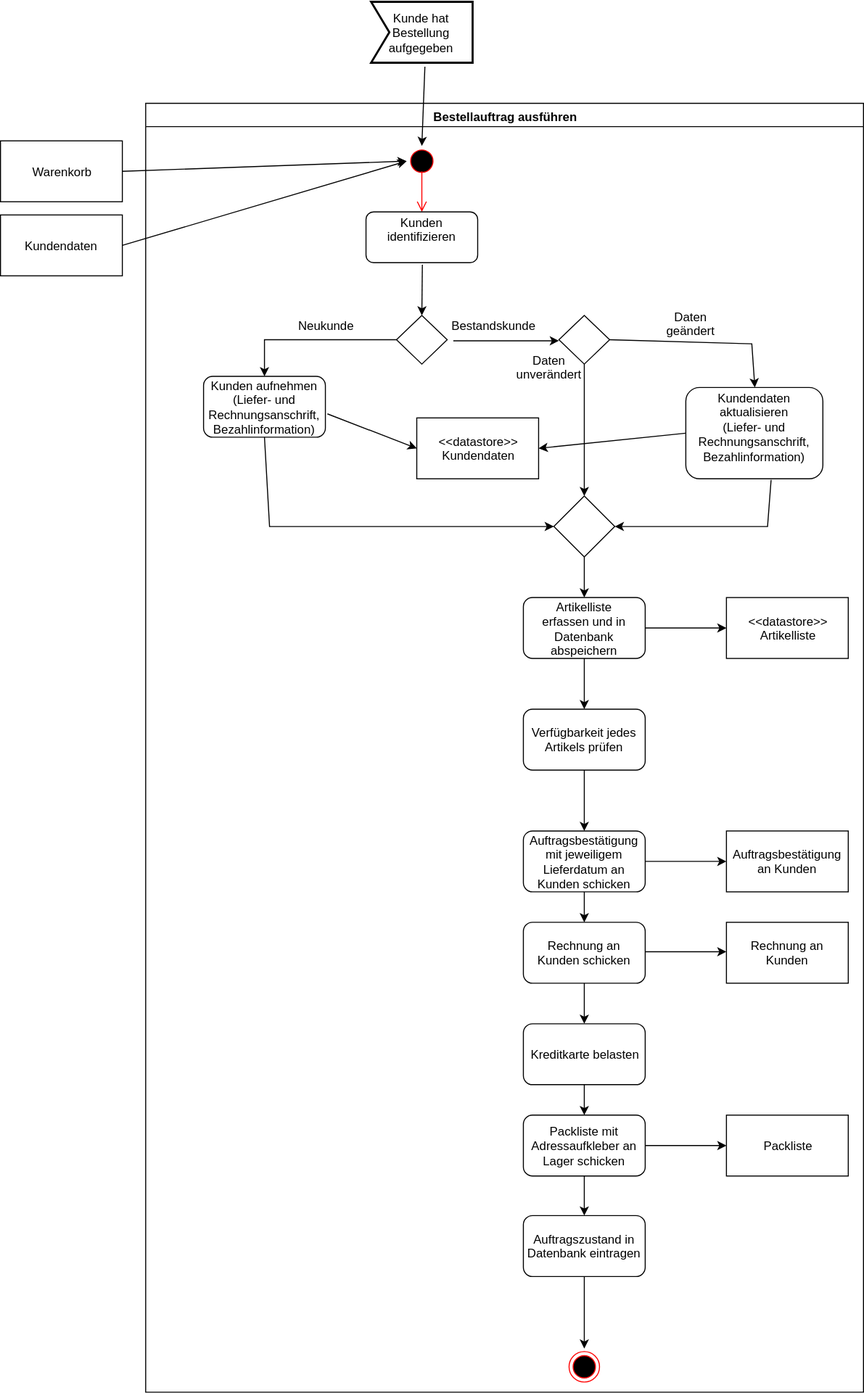
Above: UML/Uebungsblatt02/Aufgabe6/Aufgabe6.svg in sweIhm-ws2018-19/skillproject-fr-31 (draw.io), before the change. Source tidied: cells renumbered, new cells last; positions are measured from the earlier drawing's top-left corner, leaving out a move shared by most shapes.
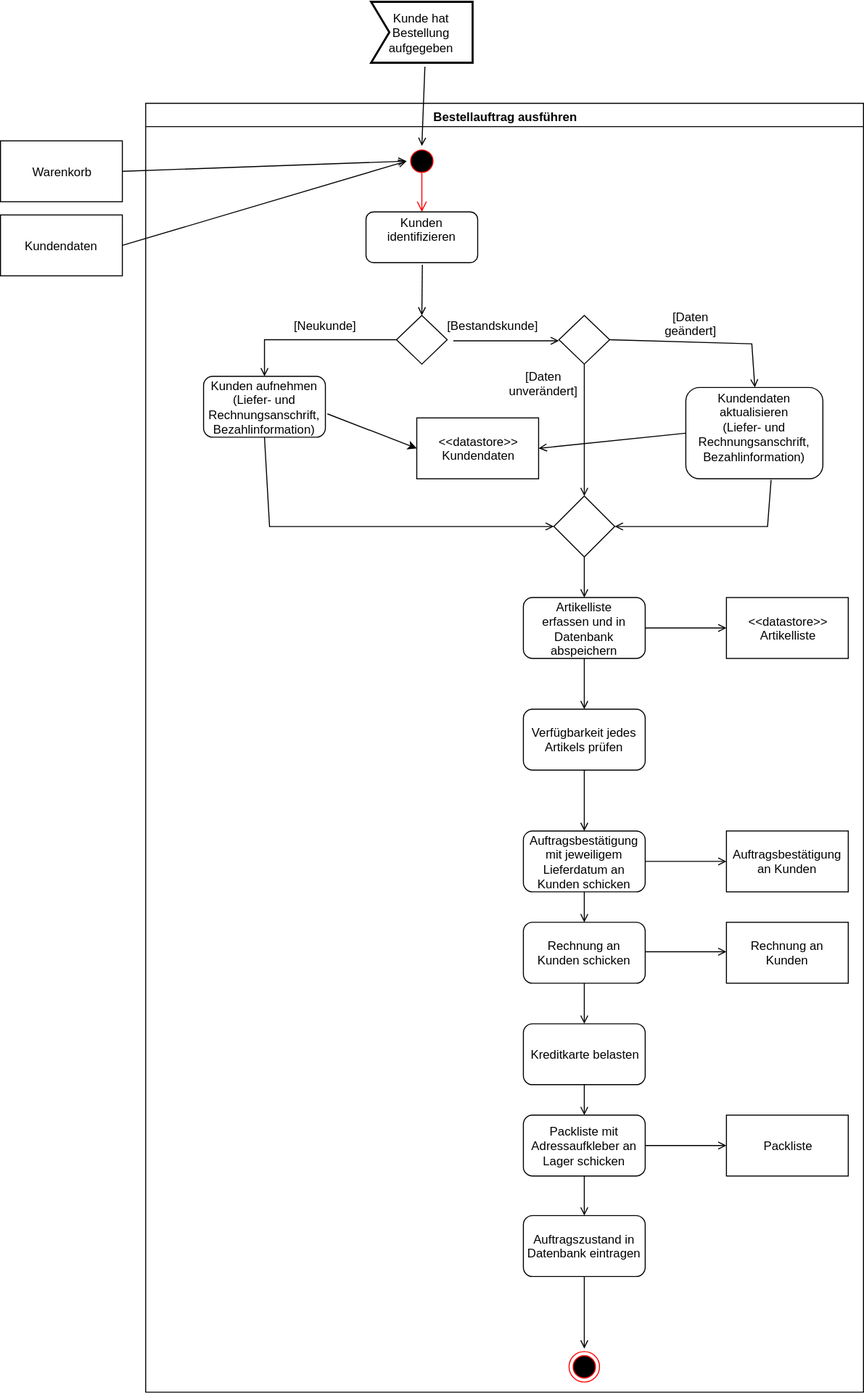
The same file after the commit.

What changed in the source:
```diff
@@ -16,7 +16,7 @@
     <mxCell id="5" value="Kunden &#10;identifizieren&#10;" style="rounded=1;" parent="2" vertex="1">
       <mxGeometry x="217" y="107" width="110" height="50" as="geometry" />
     </mxCell>
-    <mxCell id="6" style="endArrow=classic;html=1;entryX=0.5;entryY=0;" parent="2" edge="1" target="7">
+    <mxCell id="6" style="endArrow=open;html=1;entryX=0.5;entryY=0;endFill=0;" parent="2" edge="1" target="7">
       <mxGeometry relative="1" as="geometry">
         <mxPoint x="272.5" y="159" as="sourcePoint" />
       </mxGeometry>
@@ -24,10 +24,10 @@
     <mxCell id="7" style="rhombus;whiteSpace=wrap;html=1;rounded=0;" parent="2" vertex="1">
       <mxGeometry x="247" y="209" width="50" height="48" as="geometry" />
     </mxCell>
-    <mxCell id="8" value="Neukunde&lt;br&gt;" style="text;html=1;strokeColor=none;fillColor=none;align=center;verticalAlign=middle;whiteSpace=wrap;rounded=0;" parent="2" vertex="1">
+    <mxCell id="8" value="[Neukunde]&lt;br&gt;" style="text;html=1;strokeColor=none;fillColor=none;align=center;verticalAlign=middle;whiteSpace=wrap;rounded=0;" parent="2" vertex="1">
       <mxGeometry x="157" y="209" width="40" height="20" as="geometry" />
     </mxCell>
-    <mxCell id="9" style="endArrow=classic;html=1;exitX=0;exitY=0.5;rounded=0;entryX=0.5;entryY=0;entryPerimeter=0;" parent="2" edge="1" source="7" target="10">
+    <mxCell id="9" style="endArrow=open;html=1;exitX=0;exitY=0.5;rounded=0;entryX=0.5;entryY=0;entryPerimeter=0;endFill=0;" parent="2" edge="1" source="7" target="10">
       <mxGeometry relative="1" as="geometry">
         <Array as="points">
           <mxPoint x="117" y="233" />
@@ -37,7 +37,7 @@
     <mxCell id="10" value="Kunden aufnehmen&lt;br&gt;(&lt;span&gt;Liefer- und Rechnungsanschrift,&lt;/span&gt;&lt;div&gt;Bezahlinformation)&lt;/div&gt;" style="rounded=1;whiteSpace=wrap;html=1;" parent="2" vertex="1">
       <mxGeometry x="57" y="269" width="120" height="60" as="geometry" />
     </mxCell>
-    <mxCell id="11" value="Bestandskunde&lt;br&gt;" style="text;html=1;strokeColor=none;fillColor=none;align=center;verticalAlign=middle;whiteSpace=wrap;rounded=0;" parent="2" vertex="1">
+    <mxCell id="11" value="[Bestandskunde]&lt;br&gt;" style="text;html=1;strokeColor=none;fillColor=none;align=center;verticalAlign=middle;whiteSpace=wrap;rounded=0;" parent="2" vertex="1">
       <mxGeometry x="307" y="209" width="70" height="20" as="geometry" />
     </mxCell>
     <mxCell id="12" value="Kundendaten&lt;br&gt;aktualisieren&lt;br&gt;(&lt;span&gt;Liefer- und Rechnungsanschrift,&lt;/span&gt;&lt;div&gt;Bezahlinformation)&lt;/div&gt;&lt;div&gt;&lt;br&gt;&lt;/div&gt;" style="rounded=1;whiteSpace=wrap;html=1;" parent="2" vertex="1">
@@ -46,19 +46,19 @@
     <mxCell id="13" style="rhombus;whiteSpace=wrap;html=1;rounded=0;" parent="2" vertex="1">
       <mxGeometry x="407" y="209" width="50" height="48" as="geometry" />
     </mxCell>
-    <mxCell id="14" style="endArrow=classic;html=1;strokeColor=#000000;" parent="2" edge="1">
+    <mxCell id="14" style="endArrow=open;html=1;strokeColor=#000000;endFill=0;" parent="2" edge="1">
       <mxGeometry relative="1" as="geometry">
         <mxPoint x="303" y="234" as="sourcePoint" />
         <mxPoint x="407" y="234" as="targetPoint" />
       </mxGeometry>
     </mxCell>
-    <mxCell id="15" style="endArrow=classic;html=1;strokeColor=#000000;exitX=0.5;exitY=1;entryX=0.5;entryY=0;" parent="2" edge="1" source="13" target="18">
+    <mxCell id="15" style="endArrow=open;html=1;strokeColor=#000000;exitX=0.5;exitY=1;entryX=0.5;entryY=0;endFill=0;" parent="2" edge="1" source="13" target="18">
       <mxGeometry relative="1" as="geometry" />
     </mxCell>
-    <mxCell id="16" value="Daten unverändert&lt;br&gt;&lt;br&gt;" style="text;html=1;strokeColor=none;fillColor=none;align=center;verticalAlign=middle;whiteSpace=wrap;rounded=0;" parent="2" vertex="1">
-      <mxGeometry x="377" y="257" width="40" height="20" as="geometry" />
+    <mxCell id="16" value="[Daten unverändert]&lt;br&gt;&lt;br&gt;" style="text;html=1;strokeColor=none;fillColor=none;align=center;verticalAlign=middle;whiteSpace=wrap;rounded=0;" parent="2" vertex="1">
+      <mxGeometry x="372" y="273" width="40" height="20" as="geometry" />
     </mxCell>
-    <mxCell id="17" style="endArrow=classic;html=1;strokeColor=#000000;exitX=1;exitY=0.5;rounded=0;entryX=0.5;entryY=0;" parent="2" edge="1" source="13" target="12">
+    <mxCell id="17" style="endArrow=open;html=1;strokeColor=#000000;exitX=1;exitY=0.5;rounded=0;entryX=0.5;entryY=0;endFill=0;" parent="2" edge="1" source="13" target="12">
       <mxGeometry relative="1" as="geometry">
         <Array as="points">
           <mxPoint x="597" y="237" />
@@ -68,54 +68,54 @@
     <mxCell id="18" style="rhombus;whiteSpace=wrap;html=1;rounded=0;" parent="2" vertex="1">
       <mxGeometry x="402" y="387" width="60" height="60" as="geometry" />
     </mxCell>
-    <mxCell id="19" value="Daten geändert&lt;br&gt;" style="text;html=1;strokeColor=none;fillColor=none;align=center;verticalAlign=middle;whiteSpace=wrap;rounded=0;" parent="2" vertex="1">
+    <mxCell id="19" value="[Daten geändert]&lt;br&gt;" style="text;html=1;strokeColor=none;fillColor=none;align=center;verticalAlign=middle;whiteSpace=wrap;rounded=0;" parent="2" vertex="1">
       <mxGeometry x="516.5" y="207" width="40" height="20" as="geometry" />
     </mxCell>
-    <mxCell id="20" style="endArrow=classic;html=1;exitX=0.622;exitY=1.011;rounded=0;entryX=1;entryY=0.5;exitPerimeter=0;" parent="2" edge="1" source="12" target="18">
+    <mxCell id="20" style="endArrow=open;html=1;exitX=0.622;exitY=1.011;rounded=0;entryX=1;entryY=0.5;exitPerimeter=0;endFill=0;" parent="2" edge="1" source="12" target="18">
       <mxGeometry relative="1" as="geometry">
         <Array as="points">
           <mxPoint x="612.5" y="417" />
         </Array>
       </mxGeometry>
     </mxCell>
-    <mxCell id="21" style="endArrow=classic;html=1;exitX=0.5;exitY=1;rounded=0;entryX=0;entryY=0.5;" parent="2" edge="1" source="10" target="18">
+    <mxCell id="21" style="endArrow=open;html=1;exitX=0.5;exitY=1;rounded=0;entryX=0;entryY=0.5;endFill=0;" parent="2" edge="1" source="10" target="18">
       <mxGeometry relative="1" as="geometry">
         <Array as="points">
           <mxPoint x="122" y="417" />
         </Array>
       </mxGeometry>
     </mxCell>
-    <mxCell id="22" style="edgeStyle=orthogonalEdgeStyle;rounded=0;html=1;jettySize=auto;strokeColor=#000000;" parent="2" edge="1" source="23" target="25">
+    <mxCell id="22" style="edgeStyle=orthogonalEdgeStyle;rounded=0;html=1;jettySize=auto;strokeColor=#000000;endArrow=open;endFill=0;" parent="2" edge="1" source="23" target="25">
       <mxGeometry relative="1" as="geometry" />
     </mxCell>
     <mxCell id="23" value="Artikelliste&lt;br&gt;erfassen und in&lt;br&gt;Datenbank abspeichern&lt;br&gt;" style="rounded=1;whiteSpace=wrap;html=1;" parent="2" vertex="1">
       <mxGeometry x="372" y="487" width="120" height="60" as="geometry" />
     </mxCell>
-    <mxCell id="24" style="edgeStyle=orthogonalEdgeStyle;rounded=0;html=1;jettySize=auto;strokeColor=#000000;" parent="2" edge="1" source="25" target="27">
+    <mxCell id="24" style="edgeStyle=orthogonalEdgeStyle;rounded=0;html=1;jettySize=auto;strokeColor=#000000;endArrow=open;endFill=0;" parent="2" edge="1" source="25" target="27">
       <mxGeometry relative="1" as="geometry" />
     </mxCell>
     <mxCell id="25" value="Verfügbarkeit jedes Artikels prüfen&lt;br&gt;" style="rounded=1;whiteSpace=wrap;html=1;" parent="2" vertex="1">
       <mxGeometry x="372" y="597" width="120" height="60" as="geometry" />
     </mxCell>
-    <mxCell id="26" style="edgeStyle=orthogonalEdgeStyle;rounded=0;html=1;jettySize=auto;strokeColor=#000000;" parent="2" edge="1" source="27" target="29">
+    <mxCell id="26" style="edgeStyle=orthogonalEdgeStyle;rounded=0;html=1;jettySize=auto;strokeColor=#000000;endArrow=open;endFill=0;" parent="2" edge="1" source="27" target="29">
       <mxGeometry relative="1" as="geometry" />
     </mxCell>
     <mxCell id="27" value="&lt;div&gt;Auftragsbestätigung mit jeweiligem Lieferdatum an&lt;/div&gt;&lt;div&gt;Kunden schicken&lt;/div&gt;" style="rounded=1;whiteSpace=wrap;html=1;" parent="2" vertex="1">
       <mxGeometry x="372" y="717" width="120" height="60" as="geometry" />
     </mxCell>
-    <mxCell id="28" style="edgeStyle=orthogonalEdgeStyle;rounded=0;html=1;jettySize=auto;strokeColor=#000000;" parent="2" edge="1" source="29" target="31">
+    <mxCell id="28" style="edgeStyle=orthogonalEdgeStyle;rounded=0;html=1;jettySize=auto;strokeColor=#000000;endArrow=open;endFill=0;" parent="2" edge="1" source="29" target="31">
       <mxGeometry relative="1" as="geometry" />
     </mxCell>
     <mxCell id="29" value="Rechnung an Kunden schicken&lt;br&gt;" style="rounded=1;whiteSpace=wrap;html=1;" parent="2" vertex="1">
       <mxGeometry x="372" y="807" width="120" height="60" as="geometry" />
     </mxCell>
-    <mxCell id="30" style="edgeStyle=orthogonalEdgeStyle;rounded=0;html=1;jettySize=auto;strokeColor=#000000;" parent="2" edge="1" source="31" target="33">
+    <mxCell id="30" style="edgeStyle=orthogonalEdgeStyle;rounded=0;html=1;jettySize=auto;strokeColor=#000000;endArrow=open;endFill=0;" parent="2" edge="1" source="31" target="33">
       <mxGeometry relative="1" as="geometry" />
     </mxCell>
     <mxCell id="31" value="Kreditkarte belasten&lt;br&gt;" style="rounded=1;whiteSpace=wrap;html=1;" parent="2" vertex="1">
       <mxGeometry x="372" y="907" width="120" height="60" as="geometry" />
     </mxCell>
-    <mxCell id="32" style="edgeStyle=orthogonalEdgeStyle;rounded=0;html=1;jettySize=auto;strokeColor=#000000;" parent="2" edge="1" source="33" target="34">
+    <mxCell id="32" style="edgeStyle=orthogonalEdgeStyle;rounded=0;html=1;jettySize=auto;strokeColor=#000000;endArrow=open;endFill=0;" parent="2" edge="1" source="33" target="34">
       <mxGeometry relative="1" as="geometry" />
     </mxCell>
     <mxCell id="33" value="Packliste mit Adressaufkleber an Lager schicken&lt;br&gt;" style="rounded=1;whiteSpace=wrap;html=1;" parent="2" vertex="1">
@@ -124,13 +124,13 @@
     <mxCell id="34" value="Auftragszustand in Datenbank eintragen&lt;br&gt;" style="rounded=1;whiteSpace=wrap;html=1;" parent="2" vertex="1">
       <mxGeometry x="372" y="1096" width="120" height="60" as="geometry" />
     </mxCell>
-    <mxCell id="35" style="endArrow=classic;html=1;strokeColor=#000000;exitX=0.5;exitY=1;" parent="2" edge="1" source="18" target="23">
+    <mxCell id="35" style="endArrow=open;html=1;strokeColor=#000000;exitX=0.5;exitY=1;endFill=0;" parent="2" edge="1" source="18" target="23">
       <mxGeometry relative="1" as="geometry" />
     </mxCell>
     <mxCell id="36" value="&amp;lt;&amp;lt;datastore&amp;gt;&amp;gt;&lt;br&gt;Kundendaten&lt;br&gt;" style="rounded=0;whiteSpace=wrap;html=1;" parent="2" vertex="1">
       <mxGeometry x="267" y="310" width="120" height="60" as="geometry" />
     </mxCell>
-    <mxCell id="37" style="endArrow=classic;html=1;strokeColor=#000000;entryX=1;entryY=0.5;exitX=0;exitY=0.5;" parent="2" edge="1" source="12" target="36">
+    <mxCell id="37" style="endArrow=open;html=1;strokeColor=#000000;entryX=1;entryY=0.5;exitX=0;exitY=0.5;endFill=0;" parent="2" edge="1" source="12" target="36">
       <mxGeometry relative="1" as="geometry" />
     </mxCell>
     <mxCell id="38" style="endArrow=classic;html=1;strokeColor=#000000;entryX=0;entryY=0.5;exitX=1.017;exitY=0.617;exitPerimeter=0;" parent="2" edge="1" source="10" target="36">
@@ -139,19 +139,19 @@
     <mxCell id="39" value="&amp;lt;&amp;lt;datastore&amp;gt;&amp;gt;&lt;br&gt;Artikelliste&lt;br&gt;" style="rounded=0;whiteSpace=wrap;html=1;" parent="2" vertex="1">
       <mxGeometry x="572" y="487" width="120" height="60" as="geometry" />
     </mxCell>
-    <mxCell id="40" style="endArrow=classic;html=1;strokeColor=#000000;exitX=1;exitY=0.5;entryX=0;entryY=0.5;" parent="2" edge="1" source="23" target="39">
+    <mxCell id="40" style="endArrow=open;html=1;strokeColor=#000000;exitX=1;exitY=0.5;entryX=0;entryY=0.5;endFill=0;" parent="2" edge="1" source="23" target="39">
       <mxGeometry relative="1" as="geometry" />
     </mxCell>
     <mxCell id="41" value="Auftragsbestätigung an Kunden" style="rounded=0;whiteSpace=wrap;html=1;" parent="2" vertex="1">
       <mxGeometry x="572" y="717" width="120" height="60" as="geometry" />
     </mxCell>
-    <mxCell id="42" style="endArrow=classic;html=1;strokeColor=#000000;exitX=1;exitY=0.5;entryX=0;entryY=0.5;" parent="2" edge="1" source="27" target="41">
+    <mxCell id="42" style="endArrow=open;html=1;strokeColor=#000000;exitX=1;exitY=0.5;entryX=0;entryY=0.5;endFill=0;" parent="2" edge="1" source="27" target="41">
       <mxGeometry relative="1" as="geometry" />
     </mxCell>
     <mxCell id="43" value="Rechnung an Kunden" style="rounded=0;whiteSpace=wrap;html=1;" parent="2" vertex="1">
       <mxGeometry x="572" y="807" width="120" height="60" as="geometry" />
     </mxCell>
-    <mxCell id="44" style="endArrow=classic;html=1;strokeColor=#000000;exitX=1;exitY=0.5;entryX=0;entryY=0.5;" parent="2" edge="1">
+    <mxCell id="44" style="endArrow=open;html=1;strokeColor=#000000;exitX=1;exitY=0.5;entryX=0;entryY=0.5;endFill=0;" parent="2" edge="1">
       <mxGeometry relative="1" as="geometry">
         <mxPoint x="492" y="836" as="sourcePoint" />
         <mxPoint x="572" y="836" as="targetPoint" />
@@ -160,10 +160,10 @@
     <mxCell id="45" value="Packliste" style="rounded=0;whiteSpace=wrap;html=1;" parent="2" vertex="1">
       <mxGeometry x="572" y="997" width="120" height="60" as="geometry" />
     </mxCell>
-    <mxCell id="46" style="endArrow=classic;html=1;strokeColor=#000000;exitX=1;exitY=0.5;entryX=0;entryY=0.5;" parent="2" edge="1" source="33" target="45">
+    <mxCell id="46" style="endArrow=open;html=1;strokeColor=#000000;exitX=1;exitY=0.5;entryX=0;entryY=0.5;endFill=0;" parent="2" edge="1" source="33" target="45">
       <mxGeometry relative="1" as="geometry" />
     </mxCell>
-    <mxCell id="47" style="endArrow=classic;html=1;strokeColor=#000000;exitX=0.5;exitY=1;entryX=0.5;entryY=0;" parent="2" edge="1" source="34">
+    <mxCell id="47" style="endArrow=open;html=1;strokeColor=#000000;exitX=0.5;exitY=1;entryX=0.5;entryY=0;endFill=0;" parent="2" edge="1" source="34">
       <mxGeometry relative="1" as="geometry">
         <mxPoint x="432" y="1227" as="targetPoint" />
       </mxGeometry>
@@ -177,16 +177,16 @@
     <mxCell id="50" value="Kundendaten" style="rounded=0;whiteSpace=wrap;html=1;" parent="1" vertex="1">
       <mxGeometry y="210" width="120" height="60" as="geometry" />
     </mxCell>
-    <mxCell id="51" style="endArrow=classic;html=1;strokeColor=#000000;exitX=1;exitY=0.5;entryX=0;entryY=0.5;" parent="1" edge="1" source="49" target="3">
+    <mxCell id="51" style="endArrow=open;html=1;strokeColor=#000000;exitX=1;exitY=0.5;entryX=0;entryY=0.5;endFill=0;" parent="1" edge="1" source="49" target="3">
       <mxGeometry relative="1" as="geometry" />
     </mxCell>
-    <mxCell id="52" style="endArrow=classic;html=1;strokeColor=#000000;exitX=1;exitY=0.5;entryX=0;entryY=0.5;" parent="1" edge="1" source="50" target="3">
+    <mxCell id="52" style="endArrow=open;html=1;strokeColor=#000000;exitX=1;exitY=0.5;entryX=0;entryY=0.5;endFill=0;" parent="1" edge="1" source="50" target="3">
       <mxGeometry relative="1" as="geometry" />
     </mxCell>
     <mxCell id="53" value="&lt;span&gt;Kunde hat Bestellung aufgegeben&lt;/span&gt;" style="html=1;shape=mxgraph.sysml.accEvent;strokeWidth=2;whiteSpace=wrap;align=center;" parent="1" vertex="1">
       <mxGeometry x="365" width="100" height="60" as="geometry" />
     </mxCell>
-    <mxCell id="54" style="endArrow=classic;html=1;entryX=0.5;entryY=0;" parent="1" edge="1" target="3">
+    <mxCell id="54" style="endArrow=open;html=1;entryX=0.5;entryY=0;endFill=0;" parent="1" edge="1" target="3">
       <mxGeometry relative="1" as="geometry">
         <mxPoint x="418" y="64" as="sourcePoint" />
       </mxGeometry>
```
